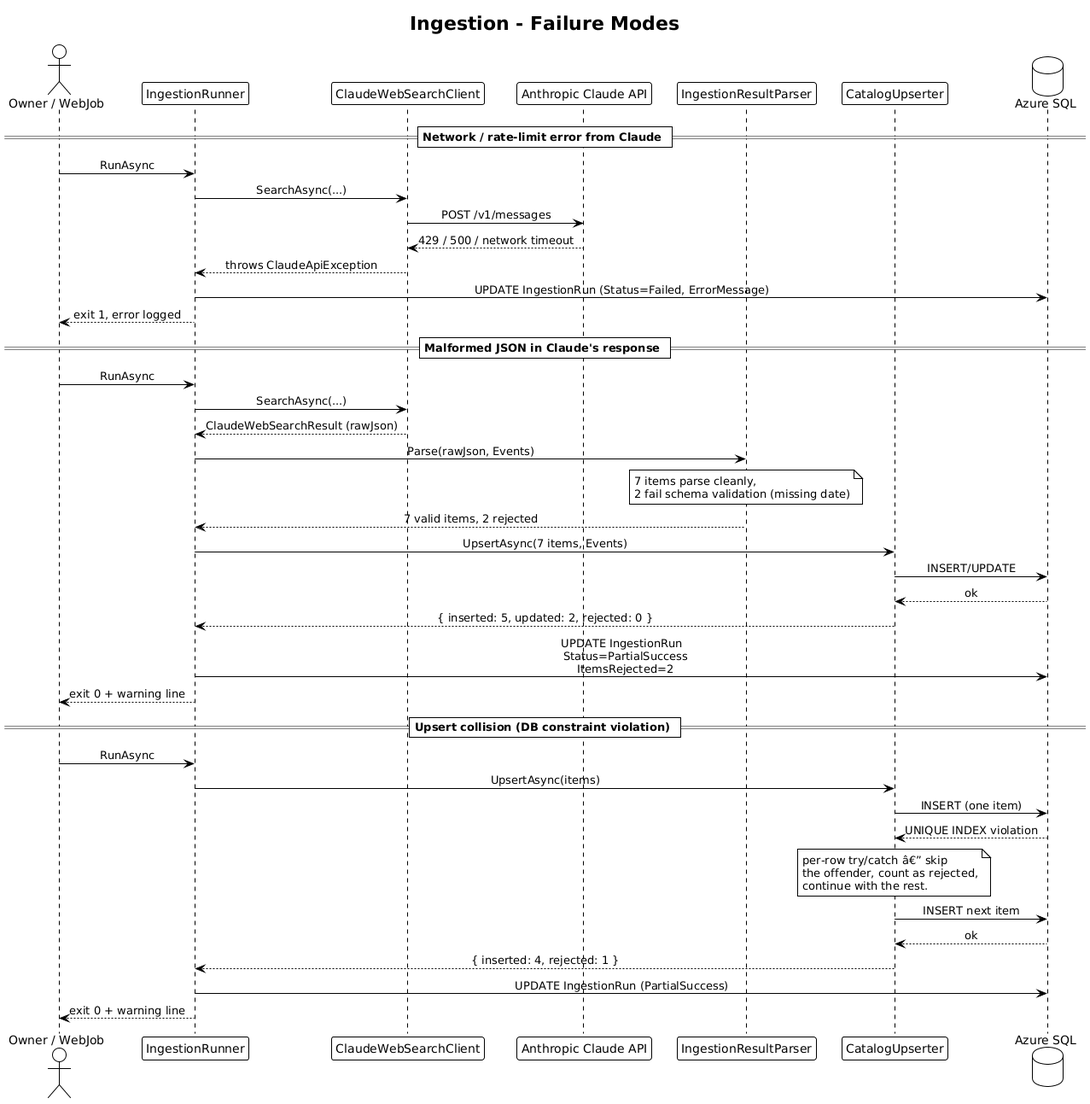
Above: docs/detailed-designs/01-schedule-ingestion/diagrams/sequence_failure_modes.png in QuinntyneBrown/saturdaze (PlantUML), before the change.
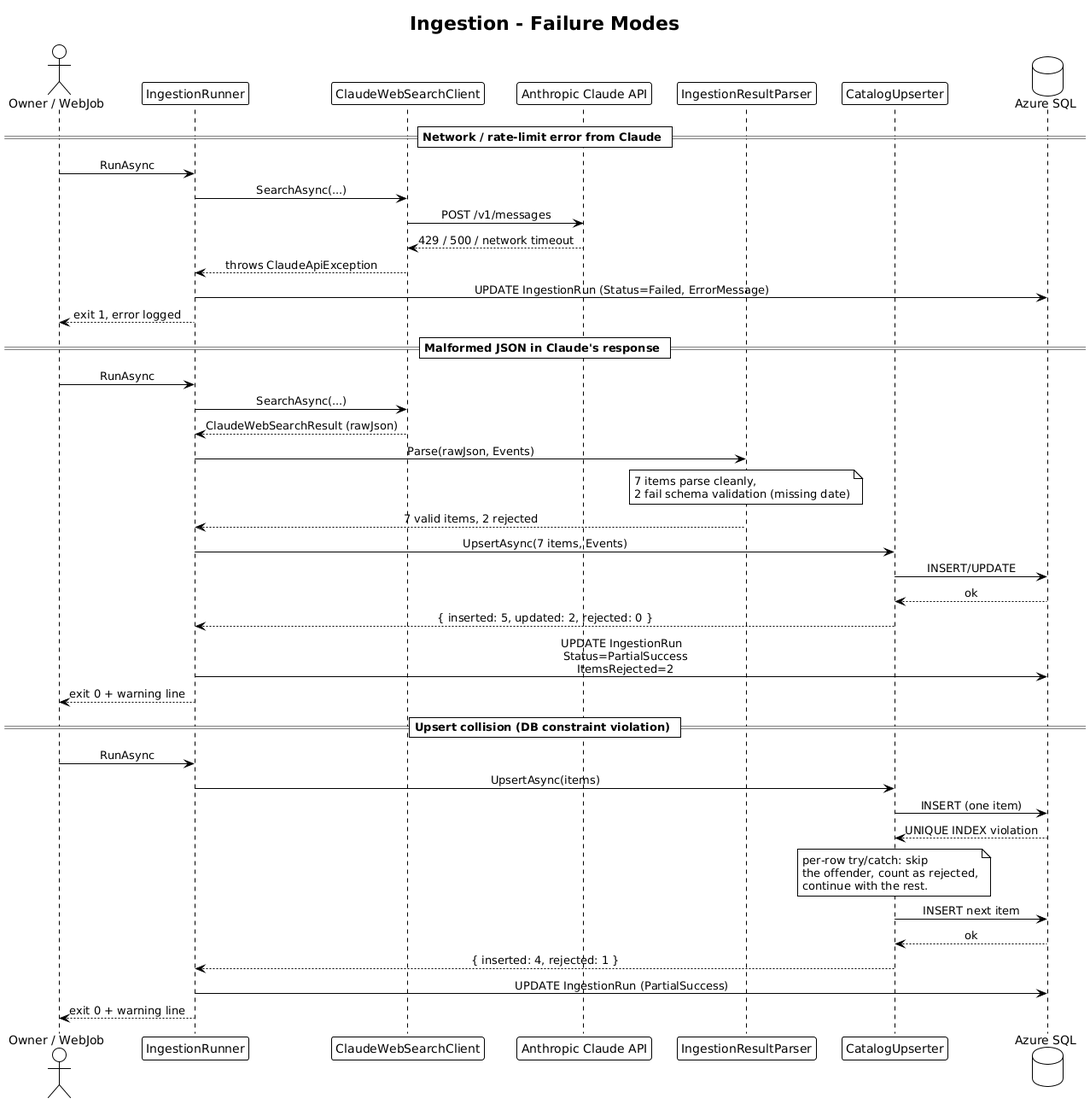
After the change.

Commit message:
Strip non-ASCII from PlantUML sources so diagrams render cleanly

What changed in the source:
```diff
@@ -40,7 +40,7 @@
 runner -> upserter: UpsertAsync(items)
 upserter -> sql: INSERT (one item)
 sql --> upserter: UNIQUE INDEX violation
-note over upserter: per-row try/catch â€” skip\nthe offender, count as rejected,\ncontinue with the rest.
+note over upserter: per-row try/catch: skip\nthe offender, count as rejected,\ncontinue with the rest.
 upserter -> sql: INSERT next item
 sql --> upserter: ok
 upserter --> runner: { inserted: 4, rejected: 1 }
```
